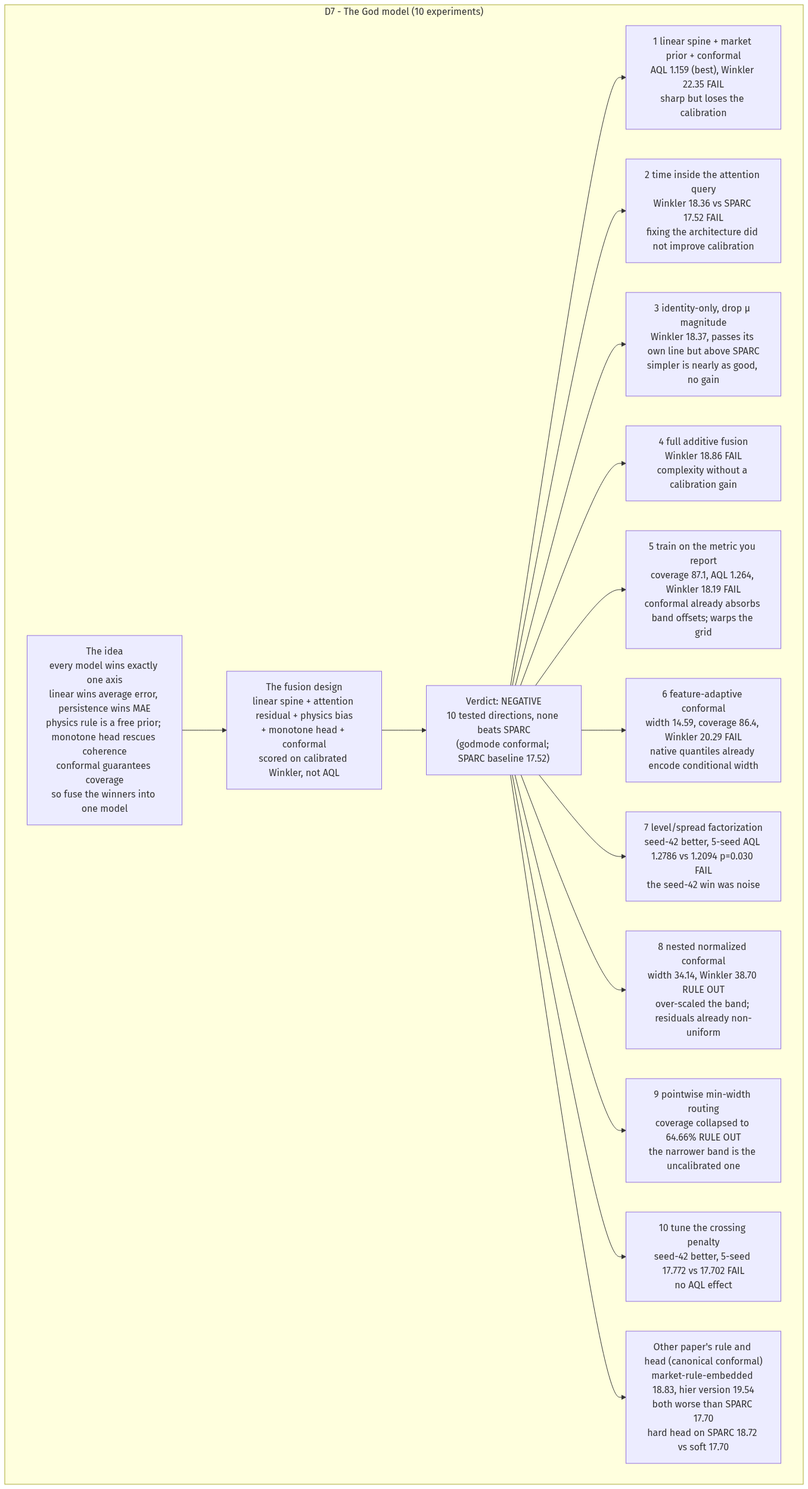
This is docs/explanation/07-sparc-full-08-G_D7.png from L1ZLe/ercot-casp-paper, a Mermaid export, as it was before one commit. Its source is kept beside it as docs/explanation/07-sparc-full-08-G_D7.mmd. Source of this version:
```mermaid
flowchart TD
subgraph G_D7["D7 - The God model (10 experiments)"]
    IDEA["The idea<br/>every model wins exactly one axis<br/>linear wins average error, persistence wins MAE<br/>physics rule is a free prior; monotone head rescues coherence<br/>conformal guarantees coverage<br/>so fuse the winners into one model"] --> ARCH["The fusion design<br/>linear spine + attention residual + physics bias<br/>+ monotone head + conformal<br/>scored on calibrated Winkler, not AQL"]
    ARCH --> VERDICT["Verdict: NEGATIVE<br/>10 tested directions, none beats SPARC<br/>(godmode conformal, 1 h lead; SPARC baseline 17.52)"]
    VERDICT --> E1["1 linear spine + market prior + conformal<br/>AQL 1.159 (best), Winkler 22.35 FAIL<br/>sharp but loses the calibration"]
    VERDICT --> E2["2 time inside the attention query<br/>Winkler 18.36 vs SPARC 17.52 FAIL<br/>fixing the architecture did not improve calibration"]
    VERDICT --> E3["3 identity-only, drop μ magnitude<br/>Winkler 18.37, passes its own line but above SPARC<br/>simpler is nearly as good, no gain"]
    VERDICT --> E4["4 full additive fusion<br/>Winkler 18.86 FAIL<br/>complexity without a calibration gain"]
    VERDICT --> E5["5 train on the metric you report<br/>coverage 87.1, AQL 1.264, Winkler 18.19 FAIL<br/>conformal already absorbs band offsets; warps the grid"]
    VERDICT --> E6["6 feature-adaptive conformal<br/>width 14.59, coverage 86.4, Winkler 20.29 FAIL<br/>native quantiles already encode conditional width"]
    VERDICT --> E7["7 level/spread factorization<br/>seed-42 better, 5-seed AQL 1.2786 vs 1.2094 p=0.030 FAIL<br/>the seed-42 win was noise"]
    VERDICT --> E8["8 nested normalized conformal<br/>width 34.14, Winkler 38.70 RULE OUT<br/>over-scaled the band; residuals already non-uniform"]
    VERDICT --> E9["9 pointwise min-width routing<br/>coverage collapsed to 64.66% RULE OUT<br/>the narrower band is the uncalibrated one"]
    VERDICT --> E10["10 tune the crossing penalty<br/>seed-42 better, 5-seed 17.772 vs 17.702 FAIL<br/>no AQL effect"]
    VERDICT --> OTHERS7["Other paper's rule and head (canonical conformal)<br/>market-rule-embedded 18.17, hier 18.11 (24 h)<br/>SPARC family within 0.2: soft 18.20, hard 18.00 (n.s.)<br/>hard head on SPARC 18.00 vs soft 18.20 - comparable"]
  end
```
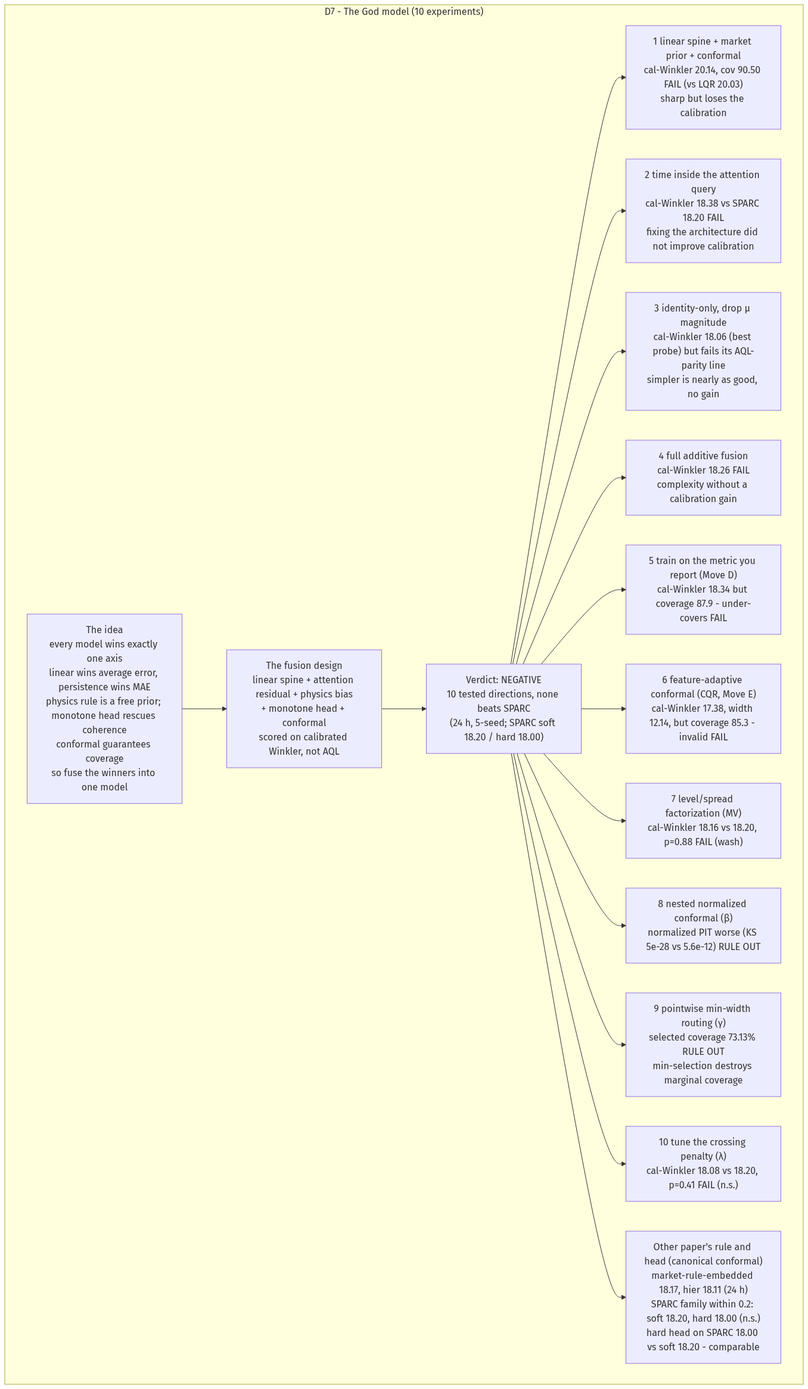
Later version of the same file.

What changed in the source:
```diff
@@ -1,16 +1,16 @@
 flowchart TD
 subgraph G_D7["D7 - The God model (10 experiments)"]
     IDEA["The idea<br/>every model wins exactly one axis<br/>linear wins average error, persistence wins MAE<br/>physics rule is a free prior; monotone head rescues coherence<br/>conformal guarantees coverage<br/>so fuse the winners into one model"] --> ARCH["The fusion design<br/>linear spine + attention residual + physics bias<br/>+ monotone head + conformal<br/>scored on calibrated Winkler, not AQL"]
-    ARCH --> VERDICT["Verdict: NEGATIVE<br/>10 tested directions, none beats SPARC<br/>(godmode conformal, 1 h lead; SPARC baseline 17.52)"]
-    VERDICT --> E1["1 linear spine + market prior + conformal<br/>AQL 1.159 (best), Winkler 22.35 FAIL<br/>sharp but loses the calibration"]
-    VERDICT --> E2["2 time inside the attention query<br/>Winkler 18.36 vs SPARC 17.52 FAIL<br/>fixing the architecture did not improve calibration"]
-    VERDICT --> E3["3 identity-only, drop μ magnitude<br/>Winkler 18.37, passes its own line but above SPARC<br/>simpler is nearly as good, no gain"]
-    VERDICT --> E4["4 full additive fusion<br/>Winkler 18.86 FAIL<br/>complexity without a calibration gain"]
-    VERDICT --> E5["5 train on the metric you report<br/>coverage 87.1, AQL 1.264, Winkler 18.19 FAIL<br/>conformal already absorbs band offsets; warps the grid"]
-    VERDICT --> E6["6 feature-adaptive conformal<br/>width 14.59, coverage 86.4, Winkler 20.29 FAIL<br/>native quantiles already encode conditional width"]
-    VERDICT --> E7["7 level/spread factorization<br/>seed-42 better, 5-seed AQL 1.2786 vs 1.2094 p=0.030 FAIL<br/>the seed-42 win was noise"]
-    VERDICT --> E8["8 nested normalized conformal<br/>width 34.14, Winkler 38.70 RULE OUT<br/>over-scaled the band; residuals already non-uniform"]
-    VERDICT --> E9["9 pointwise min-width routing<br/>coverage collapsed to 64.66% RULE OUT<br/>the narrower band is the uncalibrated one"]
-    VERDICT --> E10["10 tune the crossing penalty<br/>seed-42 better, 5-seed 17.772 vs 17.702 FAIL<br/>no AQL effect"]
+    ARCH --> VERDICT["Verdict: NEGATIVE<br/>10 tested directions, none beats SPARC<br/>(24 h, 5-seed; SPARC soft 18.20 / hard 18.00)"]
+    VERDICT --> E1["1 linear spine + market prior + conformal<br/>cal-Winkler 20.14, cov 90.50 FAIL (vs LQR 20.03)<br/>sharp but loses the calibration"]
+    VERDICT --> E2["2 time inside the attention query<br/>cal-Winkler 18.38 vs SPARC 18.20 FAIL<br/>fixing the architecture did not improve calibration"]
+    VERDICT --> E3["3 identity-only, drop μ magnitude<br/>cal-Winkler 18.06 (best probe) but fails its AQL-parity line<br/>simpler is nearly as good, no gain"]
+    VERDICT --> E4["4 full additive fusion<br/>cal-Winkler 18.26 FAIL<br/>complexity without a calibration gain"]
+    VERDICT --> E5["5 train on the metric you report (Move D)<br/>cal-Winkler 18.34 but coverage 87.9 - under-covers FAIL"]
+    VERDICT --> E6["6 feature-adaptive conformal (CQR, Move E)<br/>cal-Winkler 17.38, width 12.14, but coverage 85.3 - invalid FAIL"]
+    VERDICT --> E7["7 level/spread factorization (MV)<br/>cal-Winkler 18.16 vs 18.20, p=0.88 FAIL (wash)"]
+    VERDICT --> E8["8 nested normalized conformal (β)<br/>normalized PIT worse (KS 5e-28 vs 5.6e-12) RULE OUT"]
+    VERDICT --> E9["9 pointwise min-width routing (γ)<br/>selected coverage 73.13% RULE OUT<br/>min-selection destroys marginal coverage"]
+    VERDICT --> E10["10 tune the crossing penalty (λ)<br/>cal-Winkler 18.08 vs 18.20, p=0.41 FAIL (n.s.)"]
     VERDICT --> OTHERS7["Other paper's rule and head (canonical conformal)<br/>market-rule-embedded 18.17, hier 18.11 (24 h)<br/>SPARC family within 0.2: soft 18.20, hard 18.00 (n.s.)<br/>hard head on SPARC 18.00 vs soft 18.20 - comparable"]
   end
```
